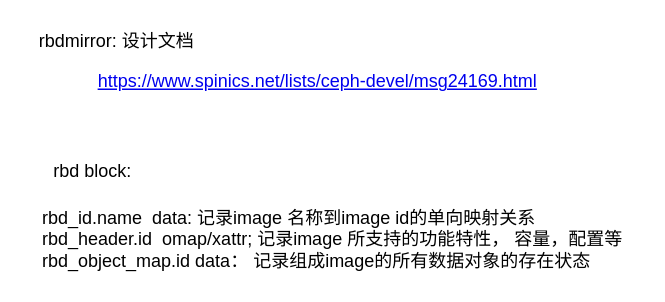
Earlier version of the draw.io diagram page "Page-4" (4 of 5) of Untitled Diagram.drawio (ChenFanTony/ceph-diagrams). Source tidied: cells renumbered, new cells numbered last; positions are measured from the earlier drawing's top-left corner, leaving out a move shared by most shapes. Both pictures are drawn from the tidied source at 150%, with x=0, y=0 at pixel (26, 26).
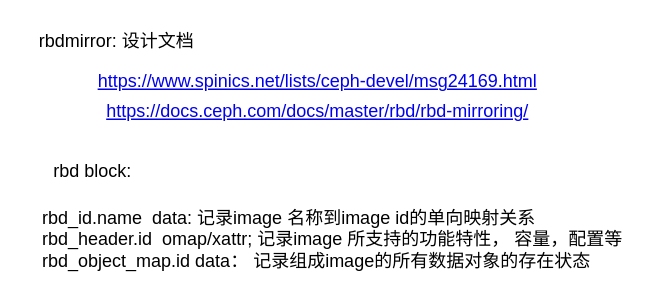
The same diagram, later.

Change to the diagram source:
```diff
@@
 <mxGraphModel>
   <root>
     <mxCell id="0" />
     <mxCell id="1" parent="0" />
     <mxCell id="2" value="&lt;a href=&quot;https://www.spinics.net/lists/ceph-devel/msg24169.html&quot;&gt;https://www.spinics.net/lists/ceph-devel/msg24169.html&lt;/a&gt;" style="text;html=1;align=center;verticalAlign=middle;" parent="1" vertex="1">
       <mxGeometry x="39" y="27" width="310" height="20" as="geometry" />
     </mxCell>
     <mxCell id="3" value="rbdmirror: 设计文档" style="text;html=1;align=center;verticalAlign=middle;" parent="1" vertex="1">
       <mxGeometry width="120" height="20" as="geometry" />
     </mxCell>
     <mxCell id="4" value="rbd block:" style="text;html=1;align=center;verticalAlign=middle;" parent="1" vertex="1">
       <mxGeometry x="9" y="87" width="70" height="20" as="geometry" />
     </mxCell>
     <mxCell id="5" value="rbd_id.name&amp;nbsp; data: 记录image 名称到image id的单向映射关系&lt;br&gt;rbd_header.id&amp;nbsp; omap/xattr; 记录image 所支持的功能特性， 容量，配置等&lt;br&gt;rbd_object_map.id data： 记录组成image的所有数据对象的存在状态" style="text;html=1;align=left;verticalAlign=middle;" parent="1" vertex="1">
       <mxGeometry x="9" y="117" width="400" height="50" as="geometry" />
     </mxCell>
+    <mxCell id="6" value="&lt;a href=&quot;https://docs.ceph.com/docs/master/rbd/rbd-mirroring/&quot;&gt;https://docs.ceph.com/docs/master/rbd/rbd-mirroring/&lt;/a&gt;" style="text;html=1;align=center;verticalAlign=middle;" parent="1" vertex="1">
+      <mxGeometry x="44" y="47" width="300" height="20" as="geometry" />
+    </mxCell>
   </root>
 </mxGraphModel>
```
